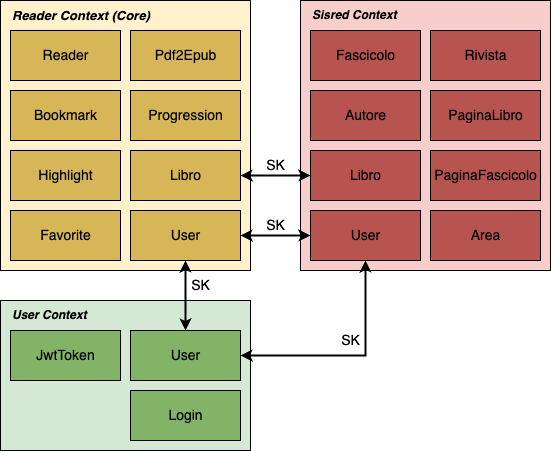
Before: img/tesi-20-app-domain.drawio.png, a diagram exported from draw.io (paganellif/tesi-paganelli). Source tidied: cells renumbered, new cells last; positions are measured from the earlier drawing's top-left corner, leaving out a move shared by most shapes.
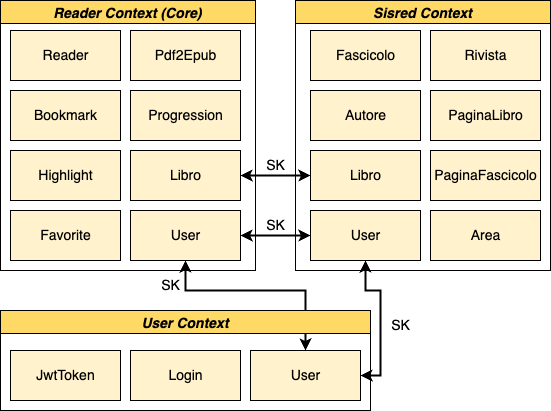
After the change.

Change to the diagram source:
```diff
@@ -2,88 +2,71 @@
   <root>
     <mxCell id="0" />
     <mxCell id="1" parent="0" />
-    <mxCell id="2" style="rounded=0;whiteSpace=wrap;html=1;strokeColor=default;fillColor=#d5e8d4;" parent="1" vertex="1">
-      <mxGeometry y="300" width="250" height="150" as="geometry" />
-    </mxCell>
-    <mxCell id="3" style="rounded=0;html=1;strokeColor=#000000;fillColor=#FFF2CC;fontSize=13;whiteSpace=wrap;" parent="1" vertex="1">
-      <mxGeometry width="250" height="270" as="geometry" />
-    </mxCell>
-    <mxCell id="4" value="&lt;i style=&quot;font-size: 13px;&quot;&gt;&lt;b style=&quot;font-size: 13px;&quot;&gt;Reader Context (Core)&lt;/b&gt;&lt;/i&gt;" style="text;html=1;align=left;verticalAlign=middle;strokeColor=none;fillColor=none;fontSize=13;" parent="1" vertex="1">
-      <mxGeometry x="10" width="160" height="30" as="geometry" />
-    </mxCell>
-    <mxCell id="5" value="&lt;i&gt;&lt;b&gt;User Context&lt;/b&gt;&lt;/i&gt;" style="text;html=1;align=left;verticalAlign=middle;strokeColor=none;fillColor=none;" parent="1" vertex="1">
-      <mxGeometry x="10" y="300" width="100" height="30" as="geometry" />
-    </mxCell>
-    <mxCell id="6" style="rounded=0;whiteSpace=wrap;html=1;strokeColor=default;fillColor=#f8cecc;" parent="1" vertex="1">
-      <mxGeometry x="300" width="250" height="270" as="geometry" />
-    </mxCell>
-    <mxCell id="7" value="&lt;i&gt;&lt;b&gt;Sisred Context&lt;/b&gt;&lt;/i&gt;" style="text;html=1;align=left;verticalAlign=middle;strokeColor=none;fillColor=none;" parent="1" vertex="1">
-      <mxGeometry x="310" width="110" height="30" as="geometry" />
-    </mxCell>
-    <mxCell id="8" value="&lt;font style=&quot;font-size: 14px;&quot;&gt;Pdf2Epub&lt;/font&gt;" style="html=1;fillColor=#D6B656;" parent="1" vertex="1">
+    <mxCell id="8" value="&lt;font style=&quot;font-size: 14px;&quot;&gt;Pdf2Epub&lt;/font&gt;" style="html=1;fillColor=#FFF2CC;" parent="1" vertex="1">
       <mxGeometry x="130" y="30" width="110" height="50" as="geometry" />
     </mxCell>
-    <mxCell id="9" value="&lt;span style=&quot;font-size: 14px;&quot;&gt;Reader&lt;/span&gt;" style="html=1;fillColor=#D6B656;" parent="1" vertex="1">
+    <mxCell id="9" value="&lt;span style=&quot;font-size: 14px;&quot;&gt;Reader&lt;/span&gt;" style="html=1;fillColor=#FFF2CC;" parent="1" vertex="1">
       <mxGeometry x="10" y="30" width="110" height="50" as="geometry" />
     </mxCell>
-    <mxCell id="10" value="&lt;span style=&quot;font-size: 14px;&quot;&gt;Bookmark&lt;/span&gt;" style="html=1;fillColor=#D6B656;" parent="1" vertex="1">
+    <mxCell id="10" value="&lt;span style=&quot;font-size: 14px;&quot;&gt;Bookmark&lt;/span&gt;" style="html=1;fillColor=#FFF2CC;" parent="1" vertex="1">
       <mxGeometry x="10" y="90" width="110" height="50" as="geometry" />
     </mxCell>
-    <mxCell id="11" value="&lt;span style=&quot;font-size: 14px;&quot;&gt;Highlight&lt;/span&gt;" style="html=1;fillColor=#D6B656;" parent="1" vertex="1">
+    <mxCell id="11" value="&lt;span style=&quot;font-size: 14px;&quot;&gt;Highlight&lt;/span&gt;" style="html=1;fillColor=#FFF2CC;" parent="1" vertex="1">
       <mxGeometry x="10" y="150" width="110" height="50" as="geometry" />
     </mxCell>
-    <mxCell id="12" value="&lt;span style=&quot;font-size: 14px;&quot;&gt;Progression&lt;/span&gt;" style="html=1;fillColor=#D6B656;" parent="1" vertex="1">
+    <mxCell id="12" value="&lt;span style=&quot;font-size: 14px;&quot;&gt;Progression&lt;/span&gt;" style="html=1;fillColor=#FFF2CC;" parent="1" vertex="1">
       <mxGeometry x="130" y="90" width="110" height="50" as="geometry" />
     </mxCell>
-    <mxCell id="13" value="&lt;font style=&quot;font-size: 14px;&quot;&gt;Favorite&lt;/font&gt;&lt;span style=&quot;color: rgba(0, 0, 0, 0); font-family: monospace; font-size: 0px; text-align: start;&quot;&gt;%3CmxGraphModel%3E%3Croot%3E%3CmxCell%20id%3D%220%22%2F%3E%3CmxCell%20id%3D%221%22%20parent%3D%220%22%2F%3E%3CmxCell%20id%3D%222%22%20value%3D%22%26lt%3Bfont%20style%3D%26quot%3Bfont-size%3A%2014px%3B%26quot%3B%26gt%3BPdf2Epub%26lt%3B%2Ffont%26gt%3B%22%20style%3D%22html%3D1%3BfillColor%3D%23D6B656%3B%22%20vertex%3D%221%22%20parent%3D%221%22%3E%3CmxGeometry%20x%3D%22810%22%20y%3D%22220%22%20width%3D%22110%22%20height%3D%2250%22%20as%3D%22geometry%22%2F%3E%3C%2FmxCell%3E%3C%2Froot%3E%3C%2FmxGraphModel%3E&lt;/span&gt;" style="html=1;fillColor=#D6B656;" parent="1" vertex="1">
+    <mxCell id="13" value="&lt;font style=&quot;font-size: 14px;&quot;&gt;Favorite&lt;/font&gt;&lt;span style=&quot;color: rgba(0, 0, 0, 0); font-family: monospace; font-size: 0px; text-align: start;&quot;&gt;%3CmxGraphModel%3E%3Croot%3E%3CmxCell%20id%3D%220%22%2F%3E%3CmxCell%20id%3D%221%22%20parent%3D%220%22%2F%3E%3CmxCell%20id%3D%222%22%20value%3D%22%26lt%3Bfont%20style%3D%26quot%3Bfont-size%3A%2014px%3B%26quot%3B%26gt%3BPdf2Epub%26lt%3B%2Ffont%26gt%3B%22%20style%3D%22html%3D1%3BfillColor%3D%23D6B656%3B%22%20vertex%3D%221%22%20parent%3D%221%22%3E%3CmxGeometry%20x%3D%22810%22%20y%3D%22220%22%20width%3D%22110%22%20height%3D%2250%22%20as%3D%22geometry%22%2F%3E%3C%2FmxCell%3E%3C%2Froot%3E%3C%2FmxGraphModel%3E&lt;/span&gt;" style="html=1;fillColor=#FFF2CC;" parent="1" vertex="1">
       <mxGeometry x="10" y="210" width="110" height="50" as="geometry" />
     </mxCell>
-    <mxCell id="14" value="&lt;span style=&quot;font-size: 14px;&quot;&gt;User&lt;/span&gt;&lt;span style=&quot;color: rgba(0, 0, 0, 0); font-family: monospace; font-size: 0px; text-align: start;&quot;&gt;%3CmxGraphModel%3E%3Croot%3E%3CmxCell%20id%3D%220%22%2F%3E%3CmxCell%20id%3D%221%22%20parent%3D%220%22%2F%3E%3CmxCell%20id%3D%222%22%20value%3D%22%26lt%3Bfont%20style%3D%26quot%3Bfont-size%3A%2014px%3B%26quot%3B%26gt%3BFavorite%26lt%3B%2Ffont%26gt%3B%26lt%3Bspan%20style%3D%26quot%3Bcolor%3A%20rgba(0%2C%200%2C%200%2C%200)%3B%20font-family%3A%20monospace%3B%20font-size%3A%200px%3B%20text-align%3A%20start%3B%26quot%3B%26gt%3B%253CmxGraphModel%253E%253Croot%253E%253CmxCell%2520id%253D%25220%2522%252F%253E%253CmxCell%2520id%253D%25221%2522%2520parent%253D%25220%2522%252F%253E%253CmxCell%2520id%253D%25222%2522%2520value%253D%2522%2526lt%253Bfont%2520style%253D%2526quot%253Bfont-size%253A%252014px%253B%2526quot%253B%2526gt%253BPdf2Epub%2526lt%253B%252Ffont%2526gt%253B%2522%2520style%253D%2522html%253D1%253BfillColor%253D%2523D6B656%253B%2522%2520vertex%253D%25221%2522%2520parent%253D%25221%2522%253E%253CmxGeometry%2520x%253D%2522810%2522%2520y%253D%2522220%2522%2520width%253D%2522110%2522%2520height%253D%252250%2522%2520as%253D%2522geometry%2522%252F%253E%253C%252FmxCell%253E%253C%252Froot%253E%253C%252FmxGraphModel%253E%26lt%3B%2Fspan%26gt%3B%22%20style%3D%22html%3D1%3BfillColor%3D%23D6B656%3B%22%20vertex%3D%221%22%20parent%3D%221%22%3E%3CmxGeometry%20x%3D%22810%22%20y%3D%22280%22%20width%3D%22110%22%20height%3D%2250%22%20as%3D%22geometry%22%2F%3E%3C%2FmxCell%3E%3C%2Froot%3E%3C%2FmxGraphModel%3E&lt;/span&gt;" style="html=1;fillColor=#D6B656;" parent="1" vertex="1">
+    <mxCell id="14" value="&lt;span style=&quot;font-size: 14px;&quot;&gt;User&lt;/span&gt;&lt;span style=&quot;color: rgba(0, 0, 0, 0); font-family: monospace; font-size: 0px; text-align: start;&quot;&gt;%3CmxGraphModel%3E%3Croot%3E%3CmxCell%20id%3D%220%22%2F%3E%3CmxCell%20id%3D%221%22%20parent%3D%220%22%2F%3E%3CmxCell%20id%3D%222%22%20value%3D%22%26lt%3Bfont%20style%3D%26quot%3Bfont-size%3A%2014px%3B%26quot%3B%26gt%3BFavorite%26lt%3B%2Ffont%26gt%3B%26lt%3Bspan%20style%3D%26quot%3Bcolor%3A%20rgba(0%2C%200%2C%200%2C%200)%3B%20font-family%3A%20monospace%3B%20font-size%3A%200px%3B%20text-align%3A%20start%3B%26quot%3B%26gt%3B%253CmxGraphModel%253E%253Croot%253E%253CmxCell%2520id%253D%25220%2522%252F%253E%253CmxCell%2520id%253D%25221%2522%2520parent%253D%25220%2522%252F%253E%253CmxCell%2520id%253D%25222%2522%2520value%253D%2522%2526lt%253Bfont%2520style%253D%2526quot%253Bfont-size%253A%252014px%253B%2526quot%253B%2526gt%253BPdf2Epub%2526lt%253B%252Ffont%2526gt%253B%2522%2520style%253D%2522html%253D1%253BfillColor%253D%2523D6B656%253B%2522%2520vertex%253D%25221%2522%2520parent%253D%25221%2522%253E%253CmxGeometry%2520x%253D%2522810%2522%2520y%253D%2522220%2522%2520width%253D%2522110%2522%2520height%253D%252250%2522%2520as%253D%2522geometry%2522%252F%253E%253C%252FmxCell%253E%253C%252Froot%253E%253C%252FmxGraphModel%253E%26lt%3B%2Fspan%26gt%3B%22%20style%3D%22html%3D1%3BfillColor%3D%23D6B656%3B%22%20vertex%3D%221%22%20parent%3D%221%22%3E%3CmxGeometry%20x%3D%22810%22%20y%3D%22280%22%20width%3D%22110%22%20height%3D%2250%22%20as%3D%22geometry%22%2F%3E%3C%2FmxCell%3E%3C%2Froot%3E%3C%2FmxGraphModel%3E&lt;/span&gt;" style="html=1;fillColor=#FFF2CC;" parent="1" vertex="1">
       <mxGeometry x="130" y="210" width="110" height="50" as="geometry" />
     </mxCell>
-    <mxCell id="15" value="&lt;span style=&quot;font-size: 14px;&quot;&gt;Libro&lt;/span&gt;" style="html=1;fillColor=#D6B656;" parent="1" vertex="1">
+    <mxCell id="15" value="&lt;span style=&quot;font-size: 14px;&quot;&gt;Libro&lt;/span&gt;" style="html=1;fillColor=#FFF2CC;" parent="1" vertex="1">
       <mxGeometry x="130" y="150" width="110" height="50" as="geometry" />
     </mxCell>
-    <mxCell id="16" value="&lt;span style=&quot;font-size: 14px;&quot;&gt;JwtToken&lt;/span&gt;" style="html=1;fillColor=#82B366;" parent="1" vertex="1">
-      <mxGeometry x="10" y="330" width="110" height="50" as="geometry" />
+    <mxCell id="16" value="&lt;span style=&quot;font-size: 14px;&quot;&gt;JwtToken&lt;/span&gt;" style="html=1;fillColor=#FFF2CC;" parent="1" vertex="1">
+      <mxGeometry x="10" y="350" width="110" height="50" as="geometry" />
     </mxCell>
-    <mxCell id="17" value="&lt;span style=&quot;font-size: 14px;&quot;&gt;User&lt;/span&gt;" style="html=1;fillColor=#82B366;" parent="1" vertex="1">
-      <mxGeometry x="130" y="330" width="110" height="50" as="geometry" />
-    </mxCell>
-    <mxCell id="18" value="&lt;span style=&quot;font-size: 14px;&quot;&gt;Login&lt;/span&gt;" style="html=1;fillColor=#82B366;" parent="1" vertex="1">
-      <mxGeometry x="130" y="390" width="110" height="50" as="geometry" />
-    </mxCell>
-    <mxCell id="19" value="&lt;span style=&quot;font-size: 14px;&quot;&gt;User&lt;/span&gt;&lt;span style=&quot;color: rgba(0, 0, 0, 0); font-family: monospace; font-size: 0px; text-align: start;&quot;&gt;%3CmxGraphModel%3E%3Croot%3E%3CmxCell%20id%3D%220%22%2F%3E%3CmxCell%20id%3D%221%22%20parent%3D%220%22%2F%3E%3CmxCell%20id%3D%222%22%20value%3D%22%26lt%3Bfont%20style%3D%26quot%3Bfont-size%3A%2014px%3B%26quot%3B%26gt%3BFavorite%26lt%3B%2Ffont%26gt%3B%26lt%3Bspan%20style%3D%26quot%3Bcolor%3A%20rgba(0%2C%200%2C%200%2C%200)%3B%20font-family%3A%20monospace%3B%20font-size%3A%200px%3B%20text-align%3A%20start%3B%26quot%3B%26gt%3B%253CmxGraphModel%253E%253Croot%253E%253CmxCell%2520id%253D%25220%2522%252F%253E%253CmxCell%2520id%253D%25221%2522%2520parent%253D%25220%2522%252F%253E%253CmxCell%2520id%253D%25222%2522%2520value%253D%2522%2526lt%253Bfont%2520style%253D%2526quot%253Bfont-size%253A%252014px%253B%2526quot%253B%2526gt%253BPdf2Epub%2526lt%253B%252Ffont%2526gt%253B%2522%2520style%253D%2522html%253D1%253BfillColor%253D%2523D6B656%253B%2522%2520vertex%253D%25221%2522%2520parent%253D%25221%2522%253E%253CmxGeometry%2520x%253D%2522810%2522%2520y%253D%2522220%2522%2520width%253D%2522110%2522%2520height%253D%252250%2522%2520as%253D%2522geometry%2522%252F%253E%253C%252FmxCell%253E%253C%252Froot%253E%253C%252FmxGraphModel%253E%26lt%3B%2Fspan%26gt%3B%22%20style%3D%22html%3D1%3BfillColor%3D%23D6B656%3B%22%20vertex%3D%221%22%20parent%3D%221%22%3E%3CmxGeometry%20x%3D%22810%22%20y%3D%22280%22%20width%3D%22110%22%20height%3D%2250%22%20as%3D%22geometry%22%2F%3E%3C%2FmxCell%3E%3C%2Froot%3E%3C%2FmxGraphModel%3E&lt;/span&gt;" style="html=1;fillColor=#B85450;" parent="1" vertex="1">
+    <mxCell id="19" value="&lt;span style=&quot;font-size: 14px;&quot;&gt;User&lt;/span&gt;&lt;span style=&quot;color: rgba(0, 0, 0, 0); font-family: monospace; font-size: 0px; text-align: start;&quot;&gt;%3CmxGraphModel%3E%3Croot%3E%3CmxCell%20id%3D%220%22%2F%3E%3CmxCell%20id%3D%221%22%20parent%3D%220%22%2F%3E%3CmxCell%20id%3D%222%22%20value%3D%22%26lt%3Bfont%20style%3D%26quot%3Bfont-size%3A%2014px%3B%26quot%3B%26gt%3BFavorite%26lt%3B%2Ffont%26gt%3B%26lt%3Bspan%20style%3D%26quot%3Bcolor%3A%20rgba(0%2C%200%2C%200%2C%200)%3B%20font-family%3A%20monospace%3B%20font-size%3A%200px%3B%20text-align%3A%20start%3B%26quot%3B%26gt%3B%253CmxGraphModel%253E%253Croot%253E%253CmxCell%2520id%253D%25220%2522%252F%253E%253CmxCell%2520id%253D%25221%2522%2520parent%253D%25220%2522%252F%253E%253CmxCell%2520id%253D%25222%2522%2520value%253D%2522%2526lt%253Bfont%2520style%253D%2526quot%253Bfont-size%253A%252014px%253B%2526quot%253B%2526gt%253BPdf2Epub%2526lt%253B%252Ffont%2526gt%253B%2522%2520style%253D%2522html%253D1%253BfillColor%253D%2523D6B656%253B%2522%2520vertex%253D%25221%2522%2520parent%253D%25221%2522%253E%253CmxGeometry%2520x%253D%2522810%2522%2520y%253D%2522220%2522%2520width%253D%2522110%2522%2520height%253D%252250%2522%2520as%253D%2522geometry%2522%252F%253E%253C%252FmxCell%253E%253C%252Froot%253E%253C%252FmxGraphModel%253E%26lt%3B%2Fspan%26gt%3B%22%20style%3D%22html%3D1%3BfillColor%3D%23D6B656%3B%22%20vertex%3D%221%22%20parent%3D%221%22%3E%3CmxGeometry%20x%3D%22810%22%20y%3D%22280%22%20width%3D%22110%22%20height%3D%2250%22%20as%3D%22geometry%22%2F%3E%3C%2FmxCell%3E%3C%2Froot%3E%3C%2FmxGraphModel%3E&lt;/span&gt;" style="html=1;fillColor=#FFF2CC;" parent="1" vertex="1">
       <mxGeometry x="310" y="210" width="110" height="50" as="geometry" />
     </mxCell>
-    <mxCell id="20" value="&lt;span style=&quot;font-size: 14px;&quot;&gt;Libro&lt;/span&gt;" style="html=1;fillColor=#B85450;" parent="1" vertex="1">
+    <mxCell id="20" value="&lt;span style=&quot;font-size: 14px;&quot;&gt;Libro&lt;/span&gt;" style="html=1;fillColor=#FFF2CC;" parent="1" vertex="1">
       <mxGeometry x="310" y="150" width="110" height="50" as="geometry" />
     </mxCell>
-    <mxCell id="21" value="&lt;span style=&quot;font-size: 14px;&quot;&gt;Autore&lt;/span&gt;" style="html=1;fillColor=#B85450;" parent="1" vertex="1">
+    <mxCell id="21" value="&lt;span style=&quot;font-size: 14px;&quot;&gt;Autore&lt;/span&gt;" style="html=1;fillColor=#FFF2CC;" parent="1" vertex="1">
       <mxGeometry x="310" y="90" width="110" height="50" as="geometry" />
     </mxCell>
-    <mxCell id="22" value="&lt;span style=&quot;font-size: 14px;&quot;&gt;Fascicolo&lt;/span&gt;" style="html=1;fillColor=#B85450;" parent="1" vertex="1">
+    <mxCell id="22" value="&lt;span style=&quot;font-size: 14px;&quot;&gt;Fascicolo&lt;/span&gt;" style="html=1;fillColor=#FFF2CC;" parent="1" vertex="1">
       <mxGeometry x="310" y="30" width="110" height="50" as="geometry" />
     </mxCell>
-    <mxCell id="23" value="&lt;span style=&quot;font-size: 14px;&quot;&gt;Rivista&lt;/span&gt;" style="html=1;fillColor=#B85450;" parent="1" vertex="1">
+    <mxCell id="23" value="&lt;span style=&quot;font-size: 14px;&quot;&gt;Rivista&lt;/span&gt;" style="html=1;fillColor=#FFF2CC;" parent="1" vertex="1">
       <mxGeometry x="430" y="30" width="110" height="50" as="geometry" />
     </mxCell>
-    <mxCell id="24" value="&lt;span style=&quot;font-size: 14px;&quot;&gt;PaginaLibro&lt;/span&gt;" style="html=1;fillColor=#B85450;" parent="1" vertex="1">
+    <mxCell id="24" value="&lt;span style=&quot;font-size: 14px;&quot;&gt;PaginaLibro&lt;/span&gt;" style="html=1;fillColor=#FFF2CC;" parent="1" vertex="1">
       <mxGeometry x="430" y="90" width="110" height="50" as="geometry" />
     </mxCell>
-    <mxCell id="25" value="&lt;span style=&quot;font-size: 14px;&quot;&gt;PaginaFascicolo&lt;/span&gt;" style="html=1;fillColor=#B85450;" parent="1" vertex="1">
+    <mxCell id="25" value="&lt;span style=&quot;font-size: 14px;&quot;&gt;PaginaFascicolo&lt;/span&gt;" style="html=1;fillColor=#FFF2CC;" parent="1" vertex="1">
       <mxGeometry x="430" y="150" width="110" height="50" as="geometry" />
     </mxCell>
-    <mxCell id="26" value="&lt;span style=&quot;font-size: 14px;&quot;&gt;Area&lt;/span&gt;" style="html=1;fillColor=#B85450;" parent="1" vertex="1">
+    <mxCell id="26" value="&lt;span style=&quot;font-size: 14px;&quot;&gt;Area&lt;/span&gt;" style="html=1;fillColor=#FFF2CC;" parent="1" vertex="1">
       <mxGeometry x="430" y="210" width="110" height="50" as="geometry" />
     </mxCell>
     <mxCell id="27" style="endArrow=classic;startArrow=classic;html=1;rounded=0;fontSize=14;exitX=0.5;exitY=0;exitDx=0;exitDy=0;strokeWidth=2;" parent="1" edge="1" source="17" target="14">
-      <mxGeometry relative="1" as="geometry" />
+      <mxGeometry relative="1" as="geometry">
+        <Array as="points">
+          <mxPoint x="305" y="290" />
+          <mxPoint x="185" y="290" />
+        </Array>
+      </mxGeometry>
     </mxCell>
     <mxCell id="28" style="endArrow=classic;startArrow=classic;html=1;rounded=0;fontSize=14;exitX=1;exitY=0.5;exitDx=0;exitDy=0;strokeWidth=2;" parent="1" edge="1" source="17" target="19">
       <mxGeometry relative="1" as="geometry">
         <Array as="points">
-          <mxPoint x="365" y="355" />
+          <mxPoint x="380" y="375" />
+          <mxPoint x="380" y="290" />
+          <mxPoint x="365" y="290" />
         </Array>
       </mxGeometry>
     </mxCell>
@@ -94,10 +77,10 @@
       <mxGeometry relative="1" as="geometry" />
     </mxCell>
     <mxCell id="31" value="SK" style="text;html=1;align=center;verticalAlign=middle;strokeColor=none;fillColor=none;fontSize=14;" parent="1" vertex="1">
-      <mxGeometry x="180" y="270" width="40" height="30" as="geometry" />
+      <mxGeometry x="150" y="270" width="40" height="30" as="geometry" />
     </mxCell>
     <mxCell id="32" value="SK" style="text;html=1;align=center;verticalAlign=middle;strokeColor=none;fillColor=none;fontSize=14;" parent="1" vertex="1">
-      <mxGeometry x="330" y="325" width="40" height="30" as="geometry" />
+      <mxGeometry x="330" y="345" width="40" height="30" as="geometry" />
     </mxCell>
     <mxCell id="33" value="SK" style="text;html=1;align=center;verticalAlign=middle;strokeColor=none;fillColor=none;fontSize=14;" parent="1" vertex="1">
       <mxGeometry x="255" y="210" width="40" height="30" as="geometry" />
@@ -105,5 +88,23 @@
     <mxCell id="34" value="SK" style="text;html=1;align=center;verticalAlign=middle;strokeColor=none;fillColor=none;fontSize=14;" parent="1" vertex="1">
       <mxGeometry x="255" y="150" width="40" height="30" as="geometry" />
     </mxCell>
+    <mxCell id="7" value="Sisred Context" style="swimlane;strokeColor=#000000;fontSize=14;fillColor=#FFD966;fontStyle=3;" parent="1" vertex="1">
+      <mxGeometry x="295" width="255" height="270" as="geometry" />
+    </mxCell>
+    <mxCell id="4" value="Reader Context (Core)" style="swimlane;strokeColor=#000000;fontSize=14;fillColor=#FFD966;fontStyle=3;" parent="1" vertex="1">
+      <mxGeometry width="255" height="270" as="geometry" />
+    </mxCell>
+    <mxCell id="5" value="User Context" style="swimlane;strokeColor=#000000;fontSize=14;fillColor=#FFD966;fontStyle=3;" parent="1" vertex="1">
+      <mxGeometry y="310" width="370" height="100" as="geometry" />
+    </mxCell>
+    <mxCell id="17" value="&lt;span style=&quot;font-size: 14px;&quot;&gt;User&lt;/span&gt;" style="html=1;fillColor=#FFF2CC;" parent="5" vertex="1">
+      <mxGeometry x="250" y="40" width="110" height="50" as="geometry" />
+    </mxCell>
+    <mxCell id="18" value="&lt;span style=&quot;font-size: 14px;&quot;&gt;Login&lt;/span&gt;" style="html=1;fillColor=#FFF2CC;" parent="5" vertex="1">
+      <mxGeometry x="130" y="40" width="110" height="50" as="geometry" />
+    </mxCell>
+    <mxCell id="35" value="SK" style="text;html=1;align=center;verticalAlign=middle;strokeColor=none;fillColor=none;fontSize=14;" parent="1" vertex="1">
+      <mxGeometry x="380" y="310" width="40" height="30" as="geometry" />
+    </mxCell>
   </root>
 </mxGraphModel>
```
